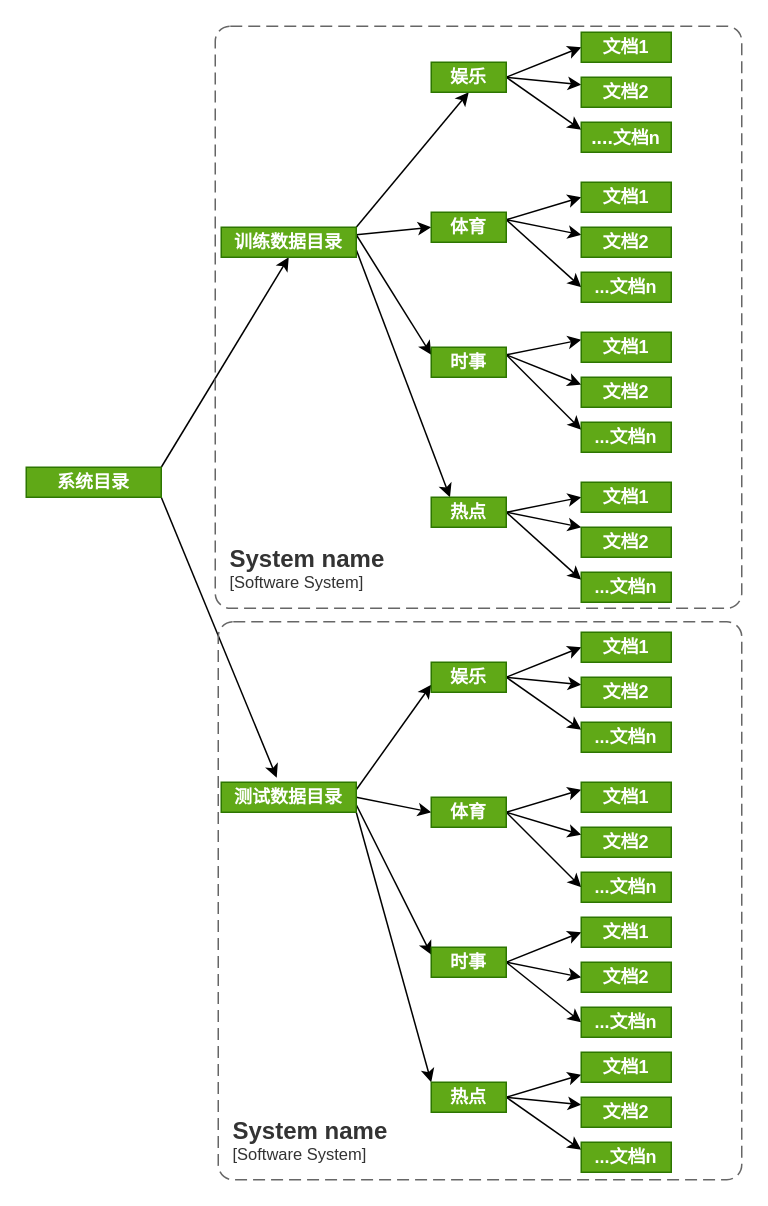
Before: 新闻分类文档划分.drawio in RecordLiu/blog_imgs, a draw.io diagram. Source tidied: cells renumbered, new cells numbered last; positions are measured from the earlier drawing's top-left corner, leaving out a move shared by most shapes. Both pictures are drawn from the tidied source at 150%, with x=0, y=0 at pixel (26, 26).
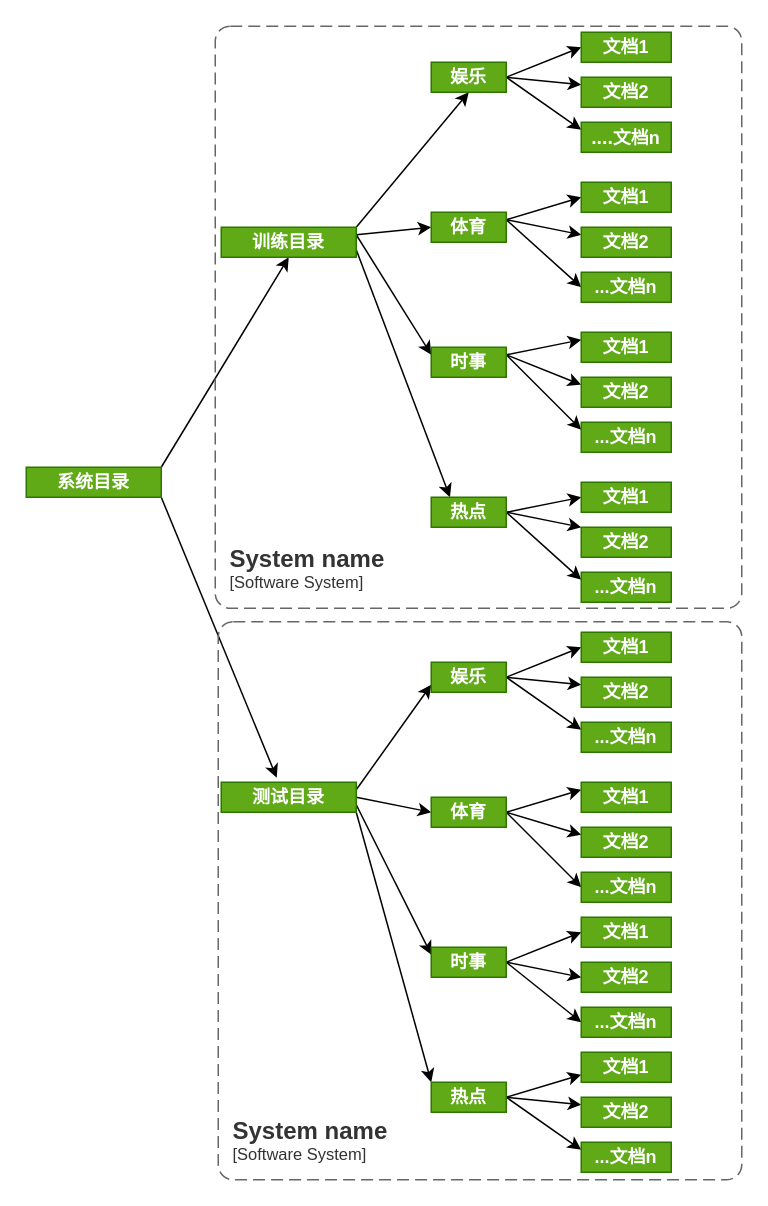
After the change.

Commit message:
更新新闻分类文档划分.drawio

What changed in the source:
```diff
@@
-    <mxCell id="9" value="&lt;b&gt;训练数据目录&lt;/b&gt;" style="rounded=0;whiteSpace=wrap;html=1;fillColor=#60a917;fontColor=#ffffff;strokeColor=#2D7600;" parent="1" vertex="1">
+    <mxCell id="9" value="&lt;b&gt;训练目录&lt;/b&gt;" style="rounded=0;whiteSpace=wrap;html=1;fillColor=#60a917;fontColor=#ffffff;strokeColor=#2D7600;" parent="1" vertex="1">
       <mxGeometry x="130" y="134" width="90" height="20" as="geometry" />
     </mxCell>
@@
-    <mxCell id="14" value="&lt;b&gt;测试数据目录&lt;/b&gt;" style="rounded=0;whiteSpace=wrap;html=1;fillColor=#60a917;fontColor=#ffffff;strokeColor=#2D7600;" parent="1" vertex="1">
+    <mxCell id="14" value="&lt;b&gt;测试目录&lt;/b&gt;" style="rounded=0;whiteSpace=wrap;html=1;fillColor=#60a917;fontColor=#ffffff;strokeColor=#2D7600;" parent="1" vertex="1">
       <mxGeometry x="130" y="504" width="90" height="20" as="geometry" />
     </mxCell>
```
